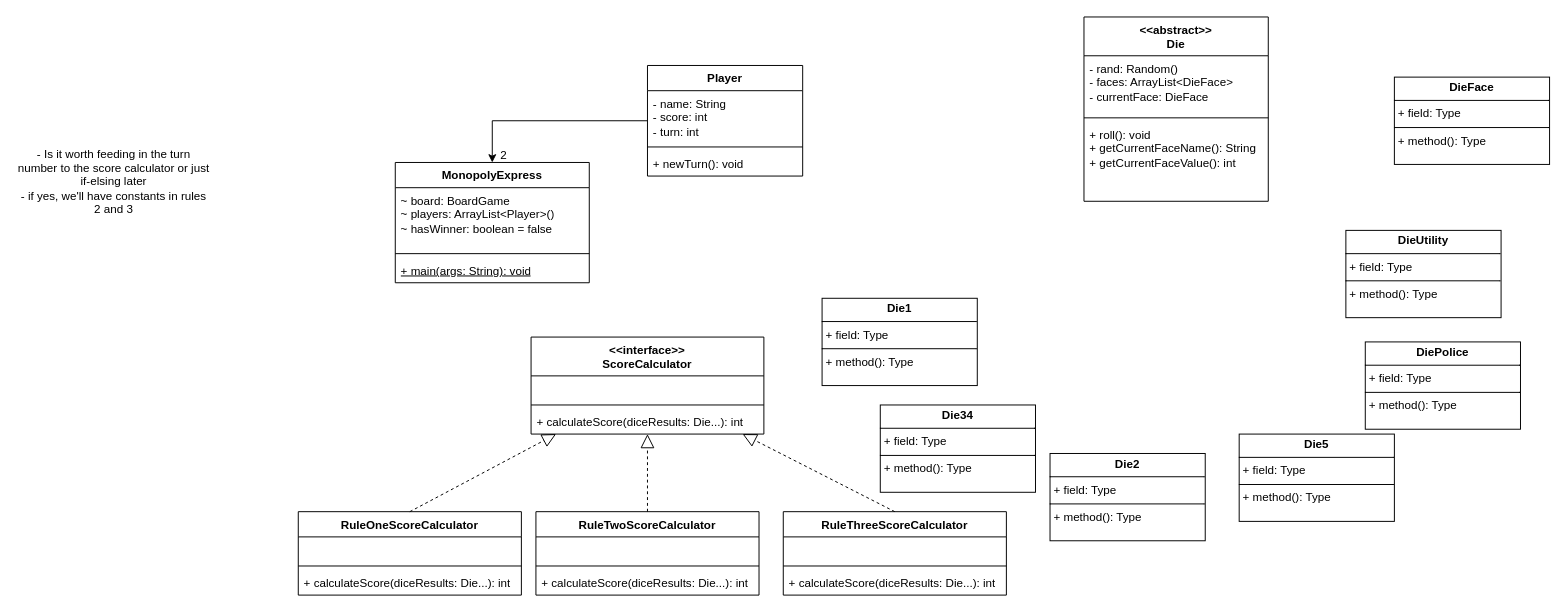
Before: workshop9-week10.drawio in antonykimuom/SWEN30006-2025-SM1-workshop1-tuew05-14-00-team-12, a draw.io diagram. Source tidied: cells renumbered, new cells numbered last; positions are measured from the earlier drawing's top-left corner, leaving out a move shared by most shapes. Both pictures are drawn from the tidied source at 97%, with x=0, y=0 at pixel (16, 16).
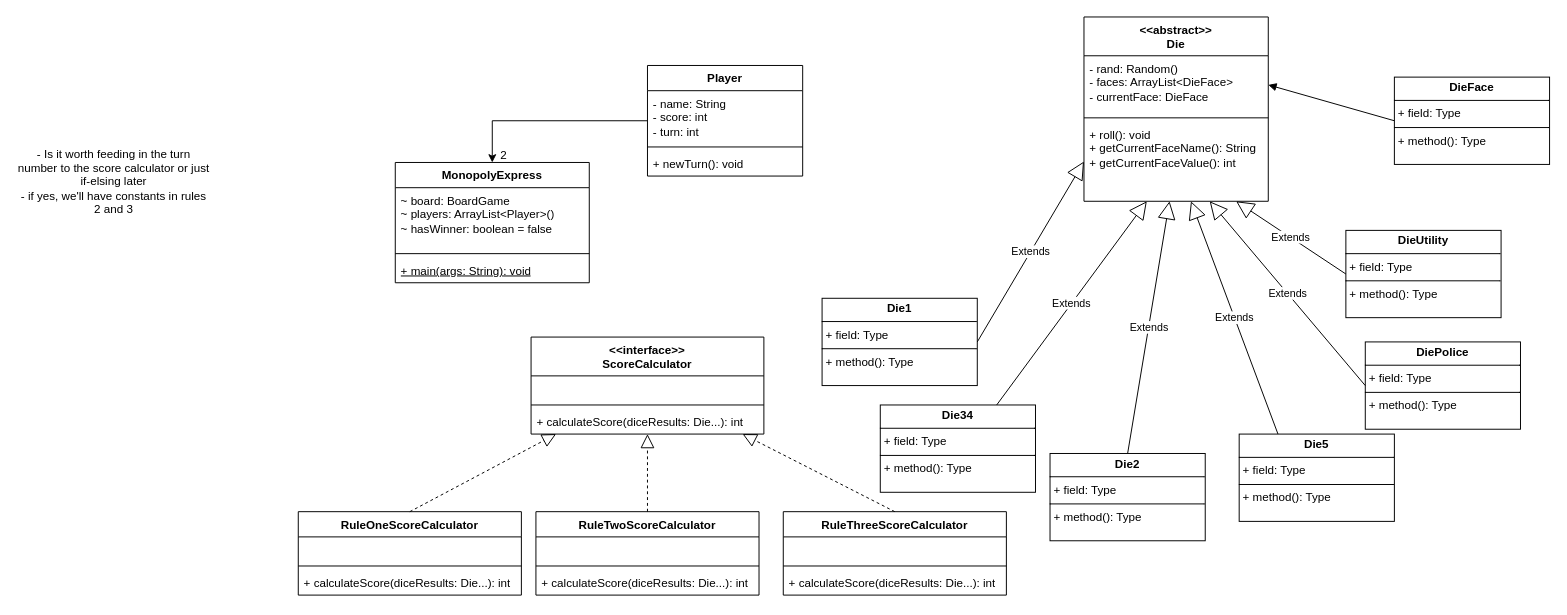
The same diagram, later.

Commit message:
added dice arrows

Unchanged cells that the change refers to:
```xml
<mxCell id="33" value="- rand: Random()&lt;div&gt;- faces: ArrayList&amp;lt;DieFace&amp;gt;&lt;/div&gt;&lt;div&gt;- currentFace: DieFace&lt;/div&gt;" style="text;strokeColor=none;fillColor=none;align=left;verticalAlign=top;spacingLeft=4;spacingRight=4;overflow=hidden;points=[[0,0.5],[1,0.5]];portConstraint=eastwest;whiteSpace=wrap;html=1;" parent="32" vertex="1">
  <mxGeometry y="40" width="190" height="60" as="geometry" />
</mxCell>
<mxCell id="35" value="+ roll(): void&lt;div&gt;+ getCurrentFaceName(): String&lt;/div&gt;&lt;div&gt;+ getCurrentFaceValue(): int&lt;/div&gt;" style="text;strokeColor=none;fillColor=none;align=left;verticalAlign=top;spacingLeft=4;spacingRight=4;overflow=hidden;points=[[0,0.5],[1,0.5]];portConstraint=eastwest;whiteSpace=wrap;html=1;" parent="32" vertex="1">
  <mxGeometry y="108" width="190" height="82" as="geometry" />
</mxCell>
<mxCell id="36" value="&lt;p style=&quot;margin:0px;margin-top:4px;text-align:center;&quot;&gt;&lt;b&gt;Die1&lt;/b&gt;&lt;/p&gt;&lt;hr size=&quot;1&quot; style=&quot;border-style:solid;&quot;&gt;&lt;p style=&quot;margin:0px;margin-left:4px;&quot;&gt;+ field: Type&lt;/p&gt;&lt;hr size=&quot;1&quot; style=&quot;border-style:solid;&quot;&gt;&lt;p style=&quot;margin:0px;margin-left:4px;&quot;&gt;+ method(): Type&lt;/p&gt;" style="verticalAlign=top;align=left;overflow=fill;html=1;whiteSpace=wrap;" parent="1" vertex="1">
  <mxGeometry x="830" y="290" width="160" height="90" as="geometry" />
</mxCell>
<mxCell id="37" value="&lt;p style=&quot;margin:0px;margin-top:4px;text-align:center;&quot;&gt;&lt;b&gt;Die2&lt;/b&gt;&lt;/p&gt;&lt;hr size=&quot;1&quot; style=&quot;border-style:solid;&quot;&gt;&lt;p style=&quot;margin:0px;margin-left:4px;&quot;&gt;+ field: Type&lt;/p&gt;&lt;hr size=&quot;1&quot; style=&quot;border-style:solid;&quot;&gt;&lt;p style=&quot;margin:0px;margin-left:4px;&quot;&gt;+ method(): Type&lt;/p&gt;" style="verticalAlign=top;align=left;overflow=fill;html=1;whiteSpace=wrap;" parent="1" vertex="1">
  <mxGeometry x="1065" y="450" width="160" height="90" as="geometry" />
</mxCell>
<mxCell id="38" value="&lt;p style=&quot;margin:0px;margin-top:4px;text-align:center;&quot;&gt;&lt;b&gt;Die34&lt;/b&gt;&lt;/p&gt;&lt;hr size=&quot;1&quot; style=&quot;border-style:solid;&quot;&gt;&lt;p style=&quot;margin:0px;margin-left:4px;&quot;&gt;+ field: Type&lt;/p&gt;&lt;hr size=&quot;1&quot; style=&quot;border-style:solid;&quot;&gt;&lt;p style=&quot;margin:0px;margin-left:4px;&quot;&gt;+ method(): Type&lt;/p&gt;" style="verticalAlign=top;align=left;overflow=fill;html=1;whiteSpace=wrap;" parent="1" vertex="1">
  <mxGeometry x="890" y="400" width="160" height="90" as="geometry" />
</mxCell>
<mxCell id="39" value="&lt;p style=&quot;margin:0px;margin-top:4px;text-align:center;&quot;&gt;&lt;b&gt;Die5&lt;/b&gt;&lt;/p&gt;&lt;hr size=&quot;1&quot; style=&quot;border-style:solid;&quot;&gt;&lt;p style=&quot;margin:0px;margin-left:4px;&quot;&gt;+ field: Type&lt;/p&gt;&lt;hr size=&quot;1&quot; style=&quot;border-style:solid;&quot;&gt;&lt;p style=&quot;margin:0px;margin-left:4px;&quot;&gt;+ method(): Type&lt;/p&gt;" style="verticalAlign=top;align=left;overflow=fill;html=1;whiteSpace=wrap;" parent="1" vertex="1">
  <mxGeometry x="1260" y="430" width="160" height="90" as="geometry" />
</mxCell>
<mxCell id="40" value="&lt;p style=&quot;margin:0px;margin-top:4px;text-align:center;&quot;&gt;&lt;b&gt;DiePolice&lt;/b&gt;&lt;/p&gt;&lt;hr size=&quot;1&quot; style=&quot;border-style:solid;&quot;&gt;&lt;p style=&quot;margin:0px;margin-left:4px;&quot;&gt;+ field: Type&lt;/p&gt;&lt;hr size=&quot;1&quot; style=&quot;border-style:solid;&quot;&gt;&lt;p style=&quot;margin:0px;margin-left:4px;&quot;&gt;+ method(): Type&lt;/p&gt;" style="verticalAlign=top;align=left;overflow=fill;html=1;whiteSpace=wrap;" parent="1" vertex="1">
  <mxGeometry x="1390" y="335" width="160" height="90" as="geometry" />
</mxCell>
<mxCell id="41" value="&lt;p style=&quot;margin:0px;margin-top:4px;text-align:center;&quot;&gt;&lt;b&gt;DieUtility&lt;/b&gt;&lt;/p&gt;&lt;hr size=&quot;1&quot; style=&quot;border-style:solid;&quot;&gt;&lt;p style=&quot;margin:0px;margin-left:4px;&quot;&gt;+ field: Type&lt;/p&gt;&lt;hr size=&quot;1&quot; style=&quot;border-style:solid;&quot;&gt;&lt;p style=&quot;margin:0px;margin-left:4px;&quot;&gt;+ method(): Type&lt;/p&gt;" style="verticalAlign=top;align=left;overflow=fill;html=1;whiteSpace=wrap;" parent="1" vertex="1">
  <mxGeometry x="1370" y="220" width="160" height="90" as="geometry" />
</mxCell>
<mxCell id="42" value="&lt;p style=&quot;margin:0px;margin-top:4px;text-align:center;&quot;&gt;&lt;b&gt;DieFace&lt;/b&gt;&lt;/p&gt;&lt;hr size=&quot;1&quot; style=&quot;border-style:solid;&quot;&gt;&lt;p style=&quot;margin:0px;margin-left:4px;&quot;&gt;+ field: Type&lt;/p&gt;&lt;hr size=&quot;1&quot; style=&quot;border-style:solid;&quot;&gt;&lt;p style=&quot;margin:0px;margin-left:4px;&quot;&gt;+ method(): Type&lt;/p&gt;" style="verticalAlign=top;align=left;overflow=fill;html=1;whiteSpace=wrap;" parent="1" vertex="1">
  <mxGeometry x="1420" y="62" width="160" height="90" as="geometry" />
</mxCell>
```

What changed in the source:
```diff
@@
+    <mxCell id="43" value="Extends" style="endArrow=block;endSize=16;endFill=0;html=1;rounded=0;exitX=1;exitY=0.5;exitDx=0;exitDy=0;entryX=0;entryY=0.5;entryDx=0;entryDy=0;" parent="1" edge="1" source="36" target="35">
+      <mxGeometry relative="1" as="geometry" />
+    </mxCell>
+    <mxCell id="44" value="Extends" style="endArrow=block;endSize=16;endFill=0;html=1;rounded=0;exitX=0.75;exitY=0;exitDx=0;exitDy=0;" parent="1" edge="1" source="38" target="35">
+      <mxGeometry relative="1" as="geometry" />
+    </mxCell>
+    <mxCell id="45" value="Extends" style="endArrow=block;endSize=16;endFill=0;html=1;rounded=0;exitX=0.5;exitY=0;exitDx=0;exitDy=0;" parent="1" edge="1" source="37" target="35">
+      <mxGeometry relative="1" as="geometry" />
+    </mxCell>
+    <mxCell id="46" value="Extends" style="endArrow=block;endSize=16;endFill=0;html=1;rounded=0;exitX=0.25;exitY=0;exitDx=0;exitDy=0;" parent="1" edge="1" source="39" target="35">
+      <mxGeometry relative="1" as="geometry" />
+    </mxCell>
+    <mxCell id="47" value="Extends" style="endArrow=block;endSize=16;endFill=0;html=1;rounded=0;exitX=0;exitY=0.5;exitDx=0;exitDy=0;" parent="1" edge="1" source="40" target="35">
+      <mxGeometry relative="1" as="geometry" />
+    </mxCell>
+    <mxCell id="48" value="Extends" style="endArrow=block;endSize=16;endFill=0;html=1;rounded=0;exitX=0;exitY=0.5;exitDx=0;exitDy=0;" parent="1" edge="1" source="41" target="35">
+      <mxGeometry relative="1" as="geometry" />
+    </mxCell>
+    <mxCell id="49" style="html=1;verticalAlign=bottom;endArrow=block;curved=0;rounded=0;exitX=0;exitY=0.5;exitDx=0;exitDy=0;entryX=1;entryY=0.5;entryDx=0;entryDy=0;" parent="1" edge="1" source="42" target="33">
+      <mxGeometry relative="1" as="geometry" />
+    </mxCell>
```
